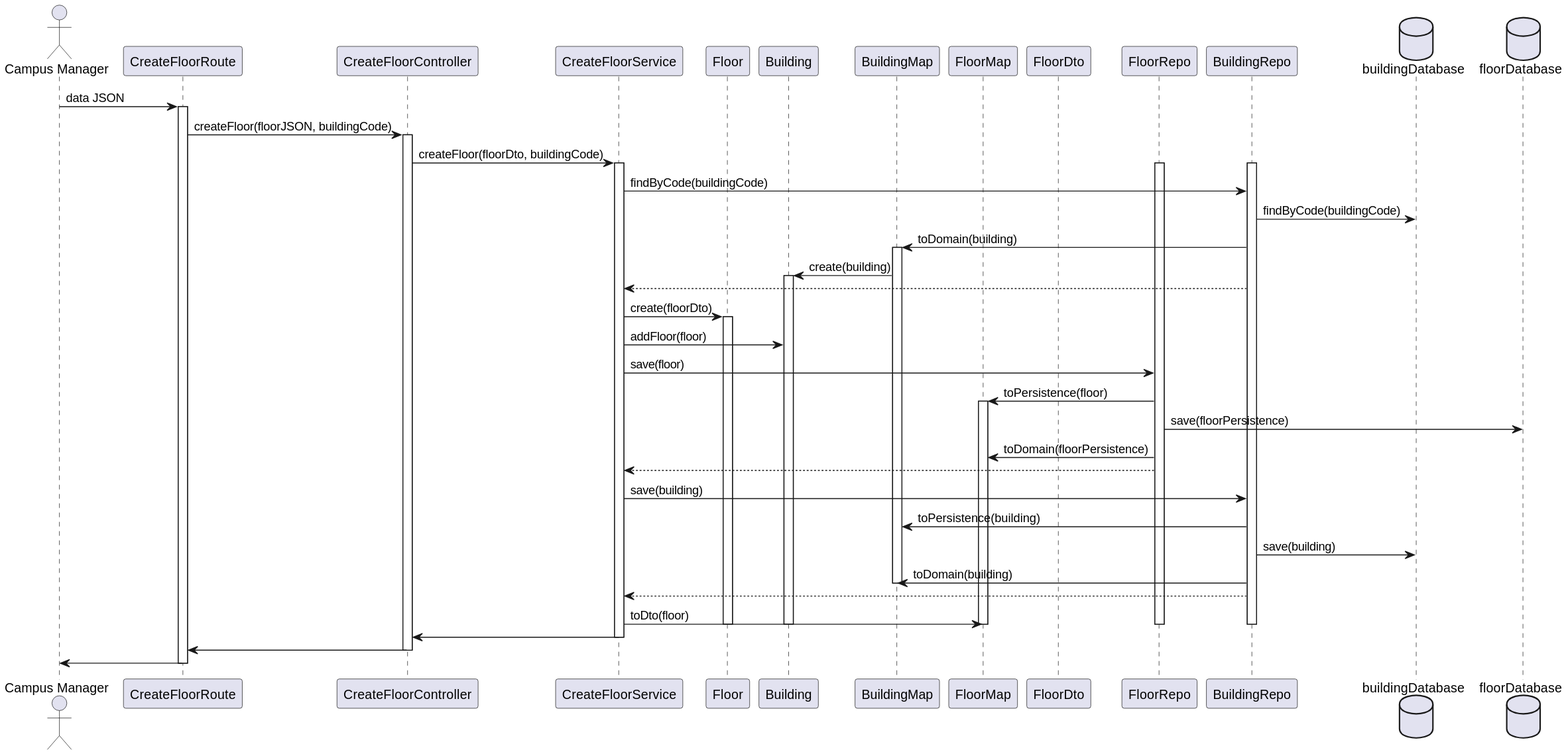
This is docs/US_190/Diagrams/SequenceDiagramLevel3.svg from Pedro-Pereira1/sem5pi_23_24_g056, a PlantUML export, as it was before one commit.
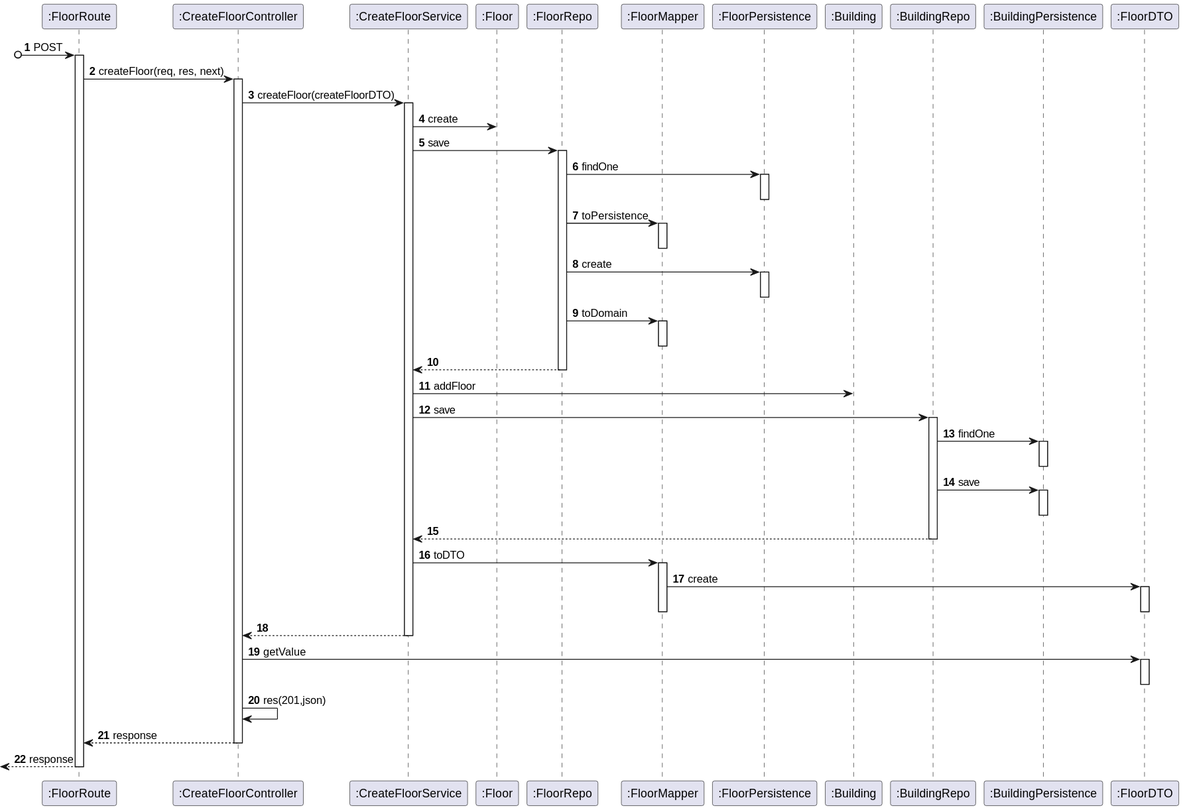
After the commit.

Commit message:
Update Layer3 SequenceDiagram relative US190

The edit, as a diff of the source:
```diff
@@ -1,87 +1,89 @@
-@startuml SequenceDiagramLevel3
+@startuml
+autonumber
+
+participant ":FloorRoute" as Floor
+participant ":CreateFloorController" as Controller
+participant ":CreateFloorService" as Service
+participant ":Floor" as Class
+participant ":FloorRepo" as Repo
+participant ":FloorMapper" as Map
+participant ":FloorPersistence" as FloorPersistence
+participant ":Building" as Building
+participant ":BuildingRepo" as BuildingRepo
+participant ":BuildingPersistence" as BuildingPersistence
+participant ":FloorDTO" as DTO
+
+?o->Floor: POST
+activate Floor
+
+Floor -> Controller: createFloor(req, res, next)
+activate Controller
 
 
-actor "Campus Manager" as CM
-participant CreateFloorRoute
-participant CreateFloorController
-participant CreateFloorService
-participant Floor
-participant Building
-participant BuildingMap
-participant FloorMap
-participant FloorDto
-participant FloorRepo
-participant BuildingRepo
-database buildingDatabase
-database floorDatabase
 
-CM -> CreateFloorRoute : data JSON
-activate CreateFloorRoute
+Controller -> Service: createFloor(createFloorDTO)
+activate Service
 
-CreateFloorRoute -> CreateFloorController : createFloor(floorJSON, buildingCode)
-activate CreateFloorController
+Service -> Class:create
 
-CreateFloorController -> CreateFloorService : createFloor(floorDto, buildingCode)
-activate CreateFloorService
+Service -> Repo: save
+activate Repo
+
+Repo -> FloorPersistence: findOne
+activate FloorPersistence
+deactivate FloorPersistence
+
+Repo -> Map: toPersistence
+activate Map
+deactivate Map
+
+
+Repo -> FloorPersistence: create
+activate FloorPersistence
+deactivate FloorPersistence
+
+Repo -> Map: toDomain
+activate Map
+deactivate Map
+
+
+Repo --> Service
+deactivate Repo
+
+Service -> Building: addFloor
+
+Service -> BuildingRepo: save
 activate BuildingRepo
-activate FloorRepo
+BuildingRepo -> BuildingPersistence: findOne
+activate BuildingPersistence
+deactivate BuildingPersistence
 
-CreateFloorService -> BuildingRepo : findByCode(buildingCode)
+BuildingRepo -> BuildingPersistence: save
+activate BuildingPersistence
+deactivate BuildingPersistence
 
-BuildingRepo -> buildingDatabase : findByCode(buildingCode)
+BuildingRepo --> Service
+deactivate BuildingRepo
 
-BuildingRepo -> BuildingMap : toDomain(building)
-activate BuildingMap
+Service -> Map: toDTO
+activate Map
+Map -> DTO: create
+activate DTO
+deactivate DTO
+deactivate Map
 
-BuildingMap -> Building : create(building)
-activate Building
+Service --> Controller:
+deactivate Service
 
-BuildingRepo --> CreateFloorService
+Controller -> DTO: getValue
+activate DTO
+deactivate DTO
 
-CreateFloorService -> Floor : create(floorDto)
-activate Floor
+Controller -> Controller: res(201,json)
 
-CreateFloorService -> Building : addFloor(floor)
+Controller --> Floor: response
+deactivate Controller
 
-CreateFloorService -> FloorRepo : save(floor)
-
-FloorRepo -> FloorMap : toPersistence(floor)
-activate FloorMap
-
-FloorRepo -> floorDatabase : save(floorPersistence)
-
-FloorRepo -> FloorMap : toDomain(floorPersistence)
-
-FloorRepo --> CreateFloorService
-
-CreateFloorService -> BuildingRepo : save(building)
-
-BuildingRepo -> BuildingMap : toPersistence(building)
-
-BuildingRepo -> buildingDatabase : save(building)
-
-BuildingRepo -> BuildingMap : toDomain(building)
-deactivate BuildingMap
-
-BuildingRepo --> CreateFloorService
-
-CreateFloorService -> FloorMap : toDto(floor)
-deactivate FloorMap
-
-deactivate Building
+<--Floor: response
 deactivate Floor
-deactivate BuildingRepo
-deactivate FloorRepo
-
-CreateFloorService -> CreateFloorController
-deactivate CreateFloorService
-
-CreateFloorController -> CreateFloorRoute
-
-deactivate CreateFloorController
-
-CreateFloorRoute -> CM
-
-deactivate CreateFloorRoute
-
 @enduml
```
